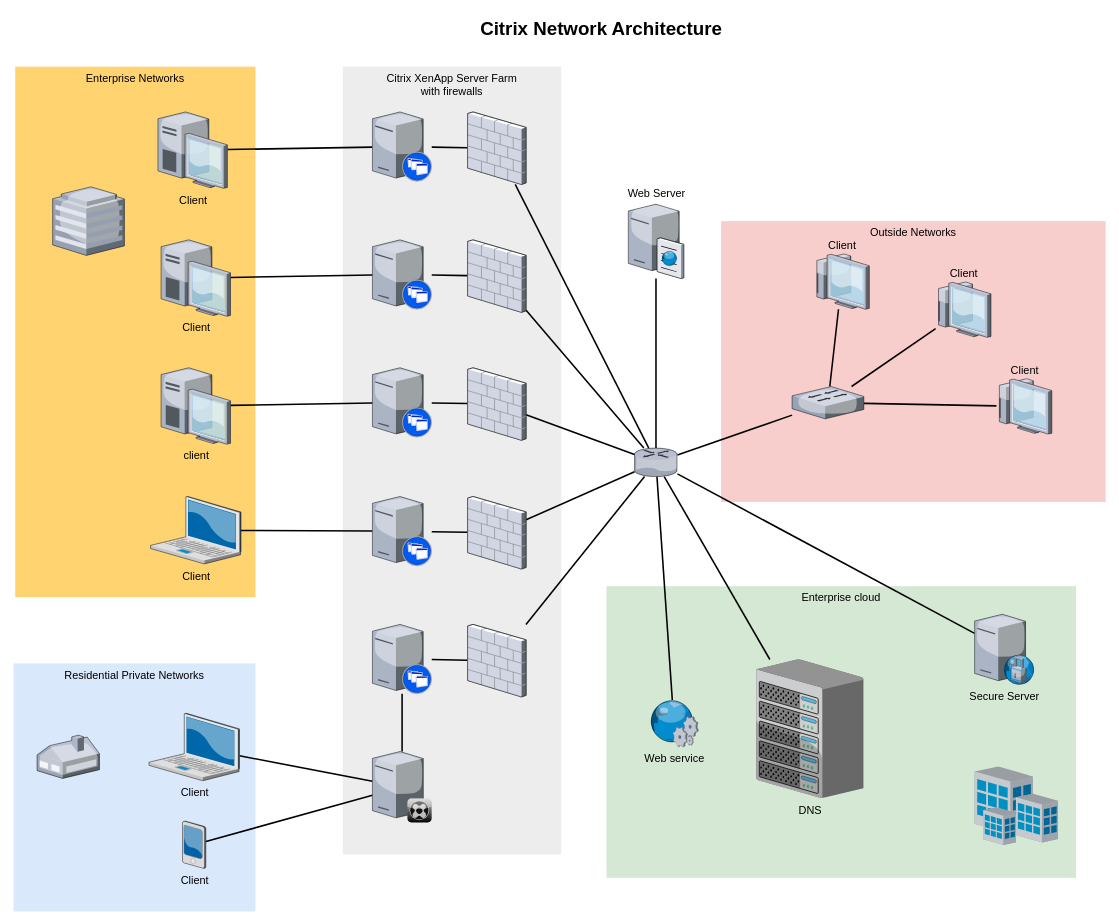
Earlier version of the draw.io diagram Diagram bez tytułu.drawio (Ziut3k-dev/Ziut3k-dev.github.io). Source tidied: cells renumbered, new cells numbered last; positions are measured from the earlier drawing's top-left corner, leaving out a move shared by most shapes. Both pictures are drawn from the tidied source at 78%, with x=0, y=0 at pixel (13, 13).
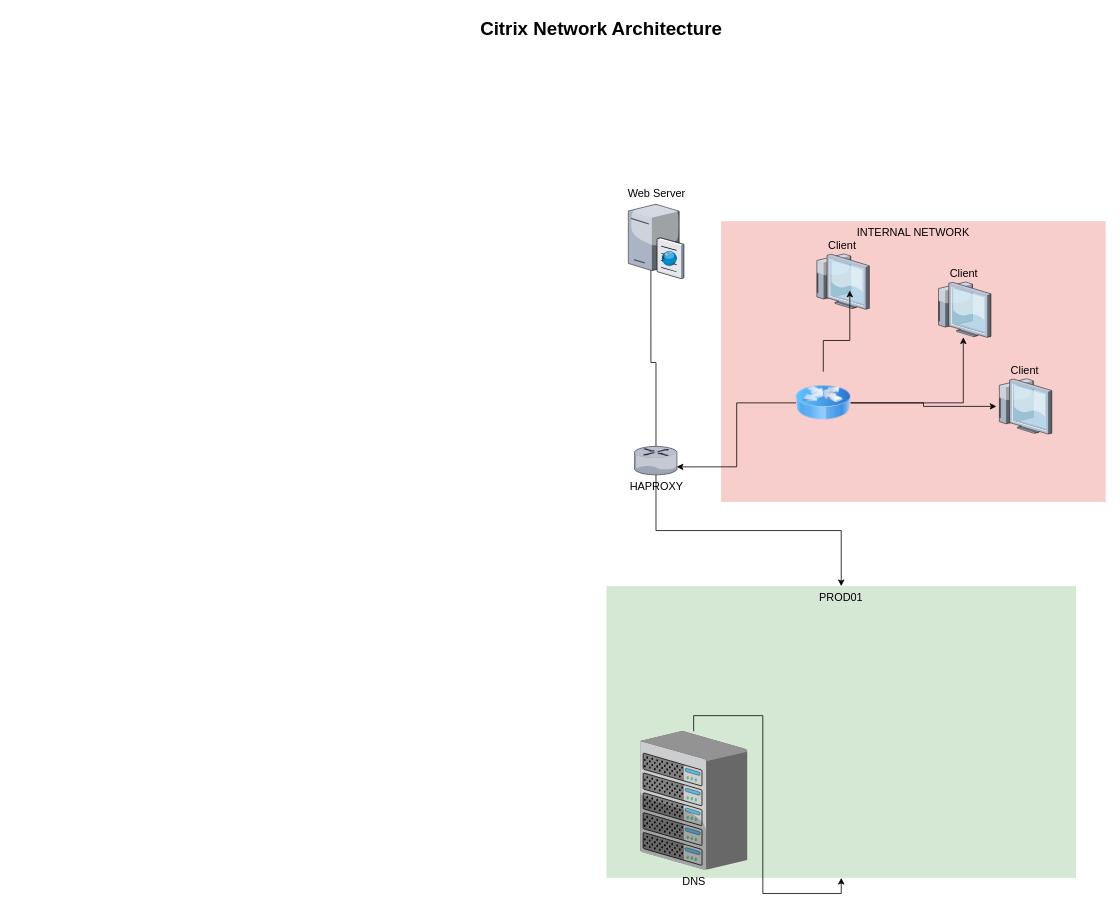
After the change.

Commit message:
DEVFORYOU NETWORK

The change refers to these unchanged cells:
```xml
<mxCell id="36" value="Web Server" style="verticalLabelPosition=top;html=1;verticalAlign=bottom;strokeColor=none;shape=mxgraph.citrix.cache_server;fillColor=#66B2FF;gradientColor=#0066CC;fontSize=14;labelPosition=center;align=center;" parent="1" vertex="1">
  <mxGeometry x="788" y="242" width="71" height="97.5" as="geometry" />
</mxCell>
<mxCell id="55" value="Client" style="verticalLabelPosition=top;html=1;verticalAlign=bottom;strokeColor=none;shape=mxgraph.citrix.thin_client;fillColor=#66B2FF;gradientColor=#0066CC;fontSize=14;labelPosition=center;align=center;" parent="1" vertex="1">
  <mxGeometry x="1260" y="468" width="71" height="71" as="geometry" />
</mxCell>
<mxCell id="56" value="Client" style="verticalLabelPosition=top;html=1;verticalAlign=bottom;strokeColor=none;shape=mxgraph.citrix.thin_client;fillColor=#66B2FF;gradientColor=#0066CC;fontSize=14;labelPosition=center;align=center;" parent="1" vertex="1">
  <mxGeometry x="1182" y="344" width="71" height="71" as="geometry" />
</mxCell>
<mxCell id="57" value="Client" style="verticalLabelPosition=top;html=1;verticalAlign=bottom;strokeColor=none;shape=mxgraph.citrix.thin_client;fillColor=#66B2FF;gradientColor=#0066CC;fontSize=14;labelPosition=center;align=center;" parent="1" vertex="1">
  <mxGeometry x="1026" y="308" width="71" height="71" as="geometry" />
</mxCell>
```

Diff of the diagram source:
```diff
@@
-    <mxCell id="2" value="Outside Networks" style="whiteSpace=wrap;html=1;fillColor=#f8cecc;fontSize=14;strokeColor=none;verticalAlign=top;" parent="1" vertex="1">
+    <mxCell id="2" value="INTERNAL NETWORK" style="whiteSpace=wrap;html=1;fillColor=#f8cecc;fontSize=14;strokeColor=none;verticalAlign=top;" parent="1" vertex="1">
       <mxGeometry x="907" y="266" width="493" height="360" as="geometry" />
     </mxCell>
-    <mxCell id="3" value="Enterprise cloud" style="whiteSpace=wrap;html=1;fillColor=#d5e8d4;fontSize=14;strokeColor=none;verticalAlign=top;" parent="1" vertex="1">
+    <mxCell id="3" value="PROD01" style="whiteSpace=wrap;html=1;fillColor=#d5e8d4;fontSize=14;strokeColor=none;verticalAlign=top;" parent="1" vertex="1">
       <mxGeometry x="760" y="734" width="602" height="374" as="geometry" />
     </mxCell>
-    <mxCell id="4" value="Citrix XenApp Server Farm&lt;div&gt;with firewalls&lt;/div&gt;" style="whiteSpace=wrap;html=1;fillColor=#EDEDED;fontSize=14;strokeColor=none;verticalAlign=top;" parent="1" vertex="1">
-      <mxGeometry x="422" y="68" width="280" height="1010" as="geometry" />
-    </mxCell>
-    <mxCell id="5" value="Residential Private Networks" style="whiteSpace=wrap;html=1;fillColor=#dae8fc;fontSize=14;strokeColor=none;verticalAlign=top;" parent="1" vertex="1">
-      <mxGeometry y="833" width="310" height="318" as="geometry" />
-    </mxCell>
-    <mxCell id="6" value="Enterprise Networks" style="whiteSpace=wrap;html=1;fillColor=#FFD470;gradientColor=none;fontSize=14;strokeColor=none;verticalAlign=top;" parent="1" vertex="1">
-      <mxGeometry x="2" y="68" width="308" height="680" as="geometry" />
-    </mxCell>
-    <mxCell id="7" style="edgeStyle=none;rounded=0;html=1;startSize=10;endSize=10;jettySize=auto;fontSize=14;endArrow=none;endFill=0;strokeWidth=2;" parent="1" edge="1" source="8" target="35">
-      <mxGeometry relative="1" as="geometry" />
-    </mxCell>
-    <mxCell id="8" value="Client" style="verticalLabelPosition=bottom;html=1;verticalAlign=top;strokeColor=none;shape=mxgraph.citrix.laptop_2;fillColor=#66B2FF;gradientColor=#0066CC;fontSize=14;" parent="1" vertex="1">
-      <mxGeometry x="173.5" y="897" width="116" height="86.5" as="geometry" />
-    </mxCell>
-    <mxCell id="9" style="edgeStyle=none;rounded=0;html=1;startSize=10;endSize=10;jettySize=auto;fontSize=14;endArrow=none;endFill=0;strokeWidth=2;" parent="1" edge="1" source="10" target="22">
-      <mxGeometry relative="1" as="geometry" />
-    </mxCell>
-    <mxCell id="10" value="Client" style="verticalLabelPosition=bottom;html=1;verticalAlign=top;strokeColor=none;shape=mxgraph.citrix.laptop_2;fillColor=#66B2FF;gradientColor=#0066CC;fontSize=14;" parent="1" vertex="1">
-      <mxGeometry x="175.5" y="619" width="116" height="86.5" as="geometry" />
-    </mxCell>
-    <mxCell id="11" style="edgeStyle=none;rounded=0;html=1;startSize=10;endSize=10;jettySize=auto;fontSize=14;endArrow=none;endFill=0;strokeWidth=2;" parent="1" edge="1" source="12" target="24">
-      <mxGeometry relative="1" as="geometry" />
-    </mxCell>
-    <mxCell id="12" value="client" style="verticalLabelPosition=bottom;html=1;verticalAlign=top;strokeColor=none;shape=mxgraph.citrix.desktop;fillColor=#66B2FF;gradientColor=#0066CC;fontSize=14;" parent="1" vertex="1">
-      <mxGeometry x="189" y="454" width="89" height="98" as="geometry" />
-    </mxCell>
-    <mxCell id="13" style="edgeStyle=none;rounded=0;html=1;startSize=10;endSize=10;jettySize=auto;fontSize=14;endArrow=none;endFill=0;strokeWidth=2;" parent="1" edge="1" source="14" target="26">
-      <mxGeometry relative="1" as="geometry" />
-    </mxCell>
-    <mxCell id="14" value="Client" style="verticalLabelPosition=bottom;html=1;verticalAlign=top;strokeColor=none;shape=mxgraph.citrix.desktop;fillColor=#66B2FF;gradientColor=#0066CC;fontSize=14;" parent="1" vertex="1">
-      <mxGeometry x="189" y="290" width="89" height="98" as="geometry" />
-    </mxCell>
-    <mxCell id="15" style="edgeStyle=none;rounded=0;html=1;startSize=10;endSize=10;jettySize=auto;fontSize=14;endArrow=none;endFill=0;strokeWidth=2;" parent="1" edge="1" source="16" target="28">
-      <mxGeometry relative="1" as="geometry" />
-    </mxCell>
-    <mxCell id="16" value="Client" style="verticalLabelPosition=bottom;html=1;verticalAlign=top;strokeColor=none;shape=mxgraph.citrix.desktop;fillColor=#66B2FF;gradientColor=#0066CC;fontSize=14;" parent="1" vertex="1">
-      <mxGeometry x="185" y="126" width="89" height="98" as="geometry" />
-    </mxCell>
-    <mxCell id="17" style="edgeStyle=none;rounded=0;html=1;startSize=10;endSize=10;jettySize=auto;fontSize=14;endArrow=none;endFill=0;strokeWidth=2;" parent="1" edge="1" source="18" target="35">
-      <mxGeometry relative="1" as="geometry" />
-    </mxCell>
-    <mxCell id="18" value="Client" style="verticalLabelPosition=bottom;html=1;verticalAlign=top;strokeColor=none;shape=mxgraph.citrix.pda;fillColor=#66B2FF;gradientColor=#0066CC;fontSize=14;" parent="1" vertex="1">
-      <mxGeometry x="216.5" y="1035" width="30" height="61" as="geometry" />
-    </mxCell>
-    <mxCell id="19" style="edgeStyle=none;rounded=0;html=1;startSize=10;endSize=10;jettySize=auto;fontSize=14;endArrow=none;endFill=0;strokeWidth=2;" parent="1" edge="1" source="20" target="47">
-      <mxGeometry relative="1" as="geometry" />
-    </mxCell>
-    <mxCell id="20" style="verticalLabelPosition=bottom;html=1;verticalAlign=top;strokeColor=none;shape=mxgraph.citrix.xenapp_server;fillColor=#66B2FF;gradientColor=#0066CC;fontSize=14;" parent="1" vertex="1">
-      <mxGeometry x="460" y="783" width="76" height="89" as="geometry" />
-    </mxCell>
-    <mxCell id="21" style="edgeStyle=none;rounded=0;html=1;startSize=10;endSize=10;jettySize=auto;fontSize=14;endArrow=none;endFill=0;strokeWidth=2;" parent="1" edge="1" source="22" target="45">
-      <mxGeometry relative="1" as="geometry" />
-    </mxCell>
-    <mxCell id="22" style="verticalLabelPosition=bottom;html=1;verticalAlign=top;strokeColor=none;shape=mxgraph.citrix.xenapp_server;fillColor=#66B2FF;gradientColor=#0066CC;fontSize=14;" parent="1" vertex="1">
-      <mxGeometry x="460" y="619" width="76" height="89" as="geometry" />
-    </mxCell>
-    <mxCell id="23" style="edgeStyle=none;rounded=0;html=1;startSize=10;endSize=10;jettySize=auto;fontSize=14;endArrow=none;endFill=0;strokeWidth=2;" parent="1" edge="1" source="24" target="43">
-      <mxGeometry relative="1" as="geometry" />
-    </mxCell>
-    <mxCell id="24" style="verticalLabelPosition=bottom;html=1;verticalAlign=top;strokeColor=none;shape=mxgraph.citrix.xenapp_server;fillColor=#66B2FF;gradientColor=#0066CC;fontSize=14;" parent="1" vertex="1">
-      <mxGeometry x="460" y="454" width="76" height="89" as="geometry" />
-    </mxCell>
-    <mxCell id="25" style="edgeStyle=none;rounded=0;html=1;startSize=10;endSize=10;jettySize=auto;fontSize=14;endArrow=none;endFill=0;strokeWidth=2;" parent="1" edge="1" source="26" target="41">
-      <mxGeometry relative="1" as="geometry" />
-    </mxCell>
-    <mxCell id="26" style="verticalLabelPosition=bottom;html=1;verticalAlign=top;strokeColor=none;shape=mxgraph.citrix.xenapp_server;fillColor=#66B2FF;gradientColor=#0066CC;fontSize=14;" parent="1" vertex="1">
-      <mxGeometry x="460" y="290" width="76" height="89" as="geometry" />
-    </mxCell>
-    <mxCell id="27" style="edgeStyle=none;rounded=0;html=1;startSize=10;endSize=10;jettySize=auto;fontSize=14;endArrow=none;endFill=0;strokeWidth=2;" parent="1" edge="1" source="28" target="39">
-      <mxGeometry relative="1" as="geometry" />
-    </mxCell>
-    <mxCell id="28" style="verticalLabelPosition=bottom;html=1;verticalAlign=top;strokeColor=none;shape=mxgraph.citrix.xenapp_server;fillColor=#66B2FF;gradientColor=#0066CC;fontSize=14;" parent="1" vertex="1">
-      <mxGeometry x="460" y="126" width="76" height="89" as="geometry" />
-    </mxCell>
-    <mxCell id="29" style="edgeStyle=none;rounded=0;html=1;startSize=10;endSize=10;jettySize=auto;fontSize=14;endArrow=none;endFill=0;strokeWidth=2;" parent="1" edge="1" source="33" target="37">
-      <mxGeometry relative="1" as="geometry" />
-    </mxCell>
+    <mxCell id="62" style="edgeStyle=orthogonalEdgeStyle;rounded=0;jettySize=auto;html=1;" parent="1" edge="1" source="33" target="3">
+      <mxGeometry relative="1" as="geometry" />
+    </mxCell>
-    <mxCell id="30" style="edgeStyle=none;rounded=0;html=1;startSize=10;endSize=10;jettySize=auto;fontSize=14;endArrow=none;endFill=0;strokeWidth=2;" parent="1" edge="1" source="33" target="36">
+    <mxCell id="30" style="edgeStyle=orthogonalEdgeStyle;rounded=0;jettySize=auto;html=1;entryX=0.408;entryY=0.646;entryDx=0;entryDy=0;entryPerimeter=0;" parent="1" edge="1" source="33" target="36">
       <mxGeometry relative="1" as="geometry" />
     </mxCell>
-    <mxCell id="31" style="edgeStyle=none;rounded=0;html=1;startSize=10;endSize=10;jettySize=auto;fontSize=14;endArrow=none;endFill=0;strokeWidth=2;" parent="1" edge="1" source="33" target="54">
-      <mxGeometry relative="1" as="geometry" />
-    </mxCell>
-    <mxCell id="32" style="edgeStyle=none;rounded=0;html=1;startSize=10;endSize=10;jettySize=auto;fontSize=14;endArrow=none;endFill=0;strokeWidth=2;" parent="1" edge="1" source="33" target="50">
-      <mxGeometry relative="1" as="geometry" />
-    </mxCell>
-    <mxCell id="33" style="verticalLabelPosition=bottom;html=1;verticalAlign=top;strokeColor=none;shape=mxgraph.citrix.router;fillColor=#66B2FF;gradientColor=#0066CC;fontSize=14;" parent="1" vertex="1">
-      <mxGeometry x="796" y="557" width="55" height="36.5" as="geometry" />
+    <mxCell id="33" value="HAPROXY" style="verticalLabelPosition=bottom;html=1;verticalAlign=top;strokeColor=none;shape=mxgraph.citrix.router;fillColor=#66B2FF;gradientColor=#0066CC;fontSize=14;" parent="1" vertex="1">
+      <mxGeometry x="796" y="554.8" width="55" height="36.5" as="geometry" />
     </mxCell>
-    <mxCell id="34" style="edgeStyle=none;rounded=0;html=1;startSize=10;endSize=10;jettySize=auto;fontSize=14;endArrow=none;endFill=0;strokeWidth=2;" parent="1" edge="1" source="35" target="20">
-      <mxGeometry relative="1" as="geometry" />
-    </mxCell>
-    <mxCell id="35" style="verticalLabelPosition=bottom;html=1;verticalAlign=top;strokeColor=none;shape=mxgraph.citrix.xenclient_synchronizer;fillColor=#CCCCCC;gradientColor=#000000;gradientDirection=south;fontSize=14;" parent="1" vertex="1">
-      <mxGeometry x="460" y="946" width="76" height="91" as="geometry" />
-    </mxCell>
@@
+    <mxCell id="63" style="edgeStyle=orthogonalEdgeStyle;rounded=0;jettySize=auto;html=1;" parent="1" edge="1" source="37" target="3">
+      <mxGeometry relative="1" as="geometry" />
+    </mxCell>
     <mxCell id="37" value="DNS" style="verticalLabelPosition=bottom;html=1;verticalAlign=top;strokeColor=none;shape=mxgraph.citrix.chassis;fillColor=#66B2FF;gradientColor=#0066CC;fontSize=14;" parent="1" vertex="1">
-      <mxGeometry x="952" y="828" width="137.5" height="177.5" as="geometry" />
+      <mxGeometry x="803" y="920" width="137.5" height="177.5" as="geometry" />
     </mxCell>
-    <mxCell id="38" style="edgeStyle=none;rounded=0;html=1;startSize=10;endSize=10;jettySize=auto;fontSize=14;endArrow=none;endFill=0;strokeWidth=2;" parent="1" edge="1" source="39" target="33">
-      <mxGeometry relative="1" as="geometry" />
-    </mxCell>
-    <mxCell id="39" style="verticalLabelPosition=bottom;html=1;verticalAlign=top;strokeColor=none;shape=mxgraph.citrix.firewall;fillColor=#66B2FF;gradientColor=#0066CC;fontSize=14;" parent="1" vertex="1">
-      <mxGeometry x="582" y="126" width="75" height="93" as="geometry" />
-    </mxCell>
-    <mxCell id="40" style="edgeStyle=none;rounded=0;html=1;startSize=10;endSize=10;jettySize=auto;fontSize=14;endArrow=none;endFill=0;strokeWidth=2;" parent="1" edge="1" source="41" target="33">
-      <mxGeometry relative="1" as="geometry" />
-    </mxCell>
-    <mxCell id="41" style="verticalLabelPosition=bottom;html=1;verticalAlign=top;strokeColor=none;shape=mxgraph.citrix.firewall;fillColor=#66B2FF;gradientColor=#0066CC;fontSize=14;" parent="1" vertex="1">
-      <mxGeometry x="582" y="290" width="75" height="93" as="geometry" />
-    </mxCell>
-    <mxCell id="42" style="edgeStyle=none;rounded=0;html=1;startSize=10;endSize=10;jettySize=auto;fontSize=14;endArrow=none;endFill=0;strokeWidth=2;" parent="1" edge="1" source="43" target="33">
-      <mxGeometry relative="1" as="geometry" />
-    </mxCell>
-    <mxCell id="43" style="verticalLabelPosition=bottom;html=1;verticalAlign=top;strokeColor=none;shape=mxgraph.citrix.firewall;fillColor=#66B2FF;gradientColor=#0066CC;fontSize=14;" parent="1" vertex="1">
-      <mxGeometry x="582" y="454" width="75" height="93" as="geometry" />
-    </mxCell>
-    <mxCell id="44" style="edgeStyle=none;rounded=0;html=1;startSize=10;endSize=10;jettySize=auto;fontSize=14;endArrow=none;endFill=0;strokeWidth=2;" parent="1" edge="1" source="45" target="33">
-      <mxGeometry relative="1" as="geometry" />
-    </mxCell>
-    <mxCell id="45" style="verticalLabelPosition=bottom;html=1;verticalAlign=top;strokeColor=none;shape=mxgraph.citrix.firewall;fillColor=#66B2FF;gradientColor=#0066CC;fontSize=14;" parent="1" vertex="1">
-      <mxGeometry x="582" y="619" width="75" height="93" as="geometry" />
-    </mxCell>
-    <mxCell id="46" style="edgeStyle=none;rounded=0;html=1;startSize=10;endSize=10;jettySize=auto;fontSize=14;endArrow=none;endFill=0;strokeWidth=2;" parent="1" edge="1" source="47" target="33">
-      <mxGeometry relative="1" as="geometry" />
-    </mxCell>
-    <mxCell id="47" style="verticalLabelPosition=bottom;html=1;verticalAlign=top;strokeColor=none;shape=mxgraph.citrix.firewall;fillColor=#66B2FF;gradientColor=#0066CC;fontSize=14;" parent="1" vertex="1">
-      <mxGeometry x="582" y="783" width="75" height="93" as="geometry" />
-    </mxCell>
-    <mxCell id="48" style="verticalLabelPosition=bottom;html=1;verticalAlign=top;strokeColor=none;shape=mxgraph.citrix.home_office;fillColor=#66B2FF;gradientColor=#0066CC;fontSize=14;" parent="1" vertex="1">
-      <mxGeometry x="30" y="925" width="80" height="55.5" as="geometry" />
-    </mxCell>
-    <mxCell id="49" style="verticalLabelPosition=bottom;html=1;verticalAlign=top;strokeColor=none;shape=mxgraph.citrix.hq_enterprise;fillColor=#66B2FF;gradientColor=#0066CC;fontSize=14;" parent="1" vertex="1">
-      <mxGeometry x="50" y="222" width="92" height="88" as="geometry" />
-    </mxCell>
-    <mxCell id="50" value="Secure Server" style="verticalLabelPosition=bottom;html=1;verticalAlign=top;strokeColor=none;shape=mxgraph.citrix.proxy_server;fillColor=#66B2FF;gradientColor=#0066CC;fontSize=14;" parent="1" vertex="1">
-      <mxGeometry x="1232" y="770" width="76.5" height="90" as="geometry" />
-    </mxCell>
-    <mxCell id="51" style="edgeStyle=none;rounded=0;html=1;startSize=10;endSize=10;jettySize=auto;fontSize=14;endArrow=none;endFill=0;strokeWidth=2;" parent="1" edge="1" source="54" target="57">
-      <mxGeometry relative="1" as="geometry" />
-    </mxCell>
-    <mxCell id="52" style="edgeStyle=none;rounded=0;html=1;startSize=10;endSize=10;jettySize=auto;fontSize=14;endArrow=none;endFill=0;strokeWidth=2;" parent="1" edge="1" source="54" target="56">
-      <mxGeometry relative="1" as="geometry" />
-    </mxCell>
-    <mxCell id="53" style="edgeStyle=none;rounded=0;html=1;startSize=10;endSize=10;jettySize=auto;fontSize=14;endArrow=none;endFill=0;strokeWidth=2;" parent="1" edge="1" source="54" target="55">
-      <mxGeometry relative="1" as="geometry" />
-    </mxCell>
-    <mxCell id="54" style="verticalLabelPosition=bottom;html=1;verticalAlign=top;strokeColor=none;shape=mxgraph.citrix.switch;fillColor=#66B2FF;gradientColor=#0066CC;fontSize=14;" parent="1" vertex="1">
-      <mxGeometry x="998" y="478" width="92" height="41.5" as="geometry" />
-    </mxCell>
@@
-    <mxCell id="58" style="edgeStyle=none;rounded=0;html=1;startSize=10;endSize=10;jettySize=auto;fontSize=14;endArrow=none;endFill=0;strokeWidth=2;" parent="1" edge="1" source="59" target="33">
-      <mxGeometry relative="1" as="geometry" />
-    </mxCell>
-    <mxCell id="59" value="Web service" style="verticalLabelPosition=bottom;html=1;verticalAlign=top;strokeColor=none;shape=mxgraph.citrix.web_service;fillColor=#66B2FF;gradientColor=#0066CC;fontSize=14;" parent="1" vertex="1">
-      <mxGeometry x="815" y="880" width="63" height="60" as="geometry" />
-    </mxCell>
-    <mxCell id="60" style="verticalLabelPosition=bottom;html=1;verticalAlign=top;strokeColor=none;shape=mxgraph.citrix.site;fillColor=#66B2FF;gradientColor=#0066CC;fontSize=14;" parent="1" vertex="1">
-      <mxGeometry x="1232" y="965" width="107" height="101" as="geometry" />
-    </mxCell>
@@
+    <mxCell id="64" style="edgeStyle=orthogonalEdgeStyle;rounded=0;jettySize=auto;html=1;entryX=0.982;entryY=0.719;entryDx=0;entryDy=0;entryPerimeter=0;" parent="1" edge="1" source="68" target="33">
+      <mxGeometry relative="1" as="geometry" />
+    </mxCell>
+    <mxCell id="65" style="edgeStyle=orthogonalEdgeStyle;rounded=0;jettySize=auto;html=1;" parent="1" edge="1" source="68" target="55">
+      <mxGeometry relative="1" as="geometry" />
+    </mxCell>
+    <mxCell id="66" style="edgeStyle=orthogonalEdgeStyle;rounded=0;jettySize=auto;html=1;" parent="1" edge="1" source="68" target="56">
+      <mxGeometry relative="1" as="geometry" />
+    </mxCell>
+    <mxCell id="67" style="edgeStyle=orthogonalEdgeStyle;rounded=0;jettySize=auto;html=1;entryX=0.648;entryY=0.662;entryDx=0;entryDy=0;entryPerimeter=0;" parent="1" edge="1" source="68" target="57">
+      <mxGeometry relative="1" as="geometry" />
+    </mxCell>
+    <mxCell id="68" style="image;html=1;image=img/lib/clip_art/networking/Router_Icon_128x128.png;" parent="1" vertex="1">
+      <mxGeometry x="1003" y="459" width="70" height="80" as="geometry" />
+    </mxCell>
```
